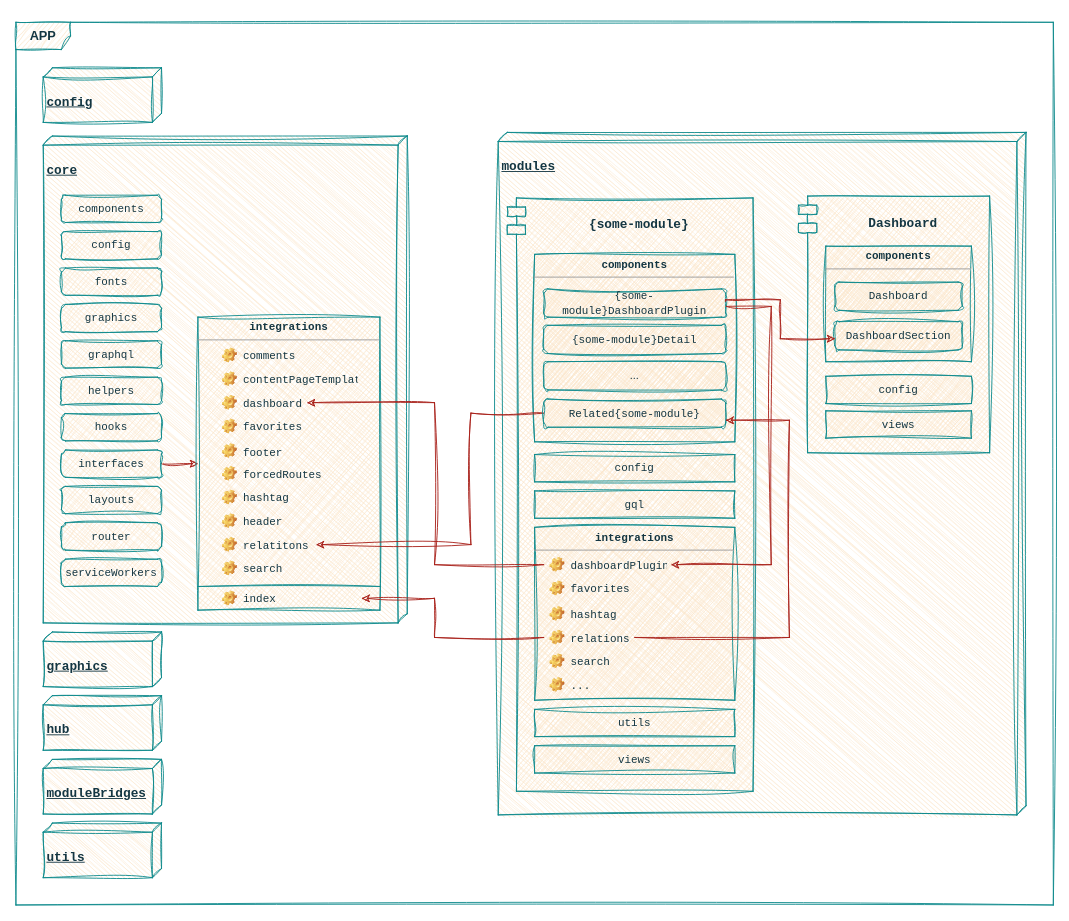
Above: 2.drawio in pkuzmich/todo (draw.io), before the change. Source tidied: cells renumbered, new cells numbered last; positions are measured from the earlier drawing's top-left corner, leaving out a move shared by most shapes. Both pictures are drawn from the tidied source at 91%, with x=0, y=0 at pixel (15, 22).
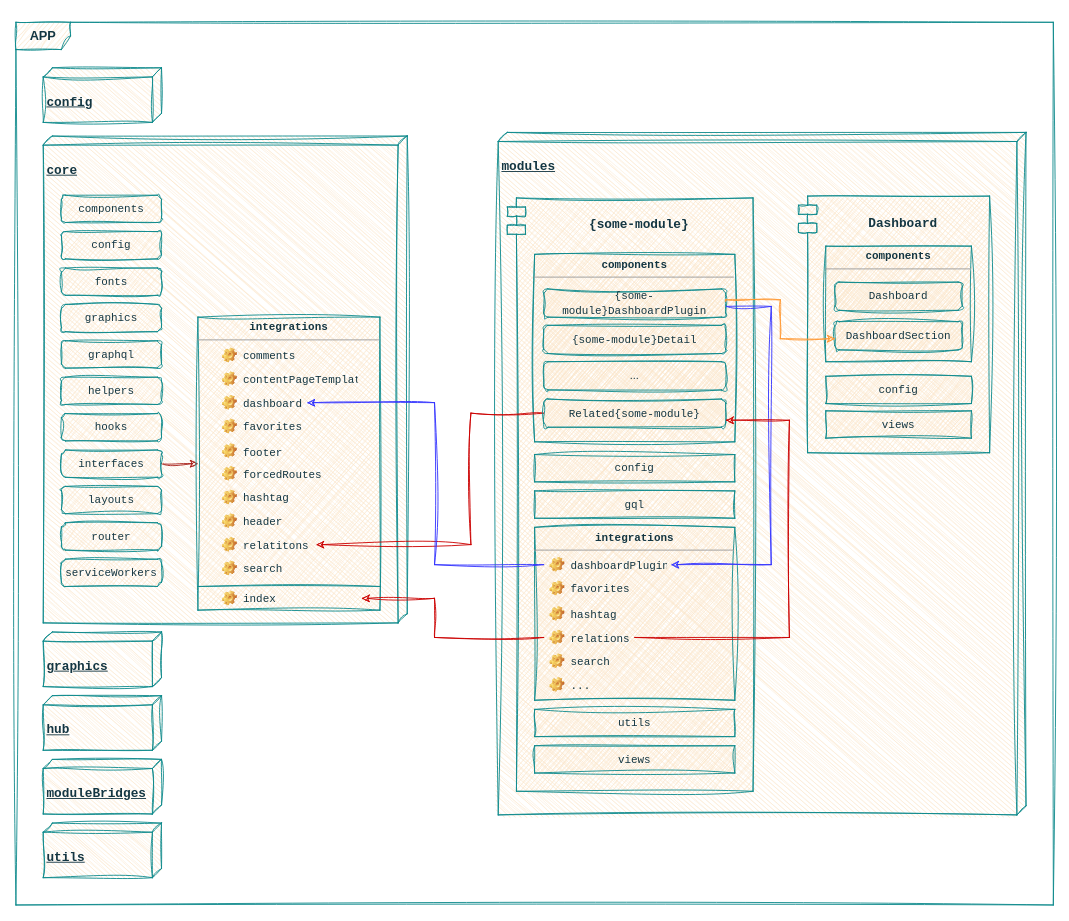
After the change.

The change refers to these unchanged cells:
```xml
<mxCell id="18" value="&lt;font face=&quot;monospace&quot;&gt;dashboard&lt;/font&gt;" style="label;fontStyle=0;strokeColor=none;fillColor=none;align=left;verticalAlign=top;overflow=hidden;spacingLeft=28;spacingRight=4;points=[[0,0.5],[1,0.5]];portConstraint=eastwest;imageWidth=16;imageHeight=16;whiteSpace=wrap;html=1;image=img/clipart/Gear_128x128.png;labelBackgroundColor=none;fontColor=#143642;sketch=1;curveFitting=1;jiggle=2;" parent="1" vertex="1">
  <mxGeometry x="220" y="405" width="100" height="26" as="geometry" />
</mxCell>
<mxCell id="24" value="&lt;font face=&quot;monospace&quot;&gt;relatitons&lt;/font&gt;" style="label;fontStyle=0;strokeColor=none;fillColor=none;align=left;verticalAlign=top;overflow=hidden;spacingLeft=28;spacingRight=4;points=[[0,0.5],[1,0.5]];portConstraint=eastwest;imageWidth=16;imageHeight=16;whiteSpace=wrap;html=1;image=img/clipart/Gear_128x128.png;labelBackgroundColor=none;fontColor=#143642;sketch=1;curveFitting=1;jiggle=2;" parent="1" vertex="1">
  <mxGeometry x="220" y="561" width="110" height="26" as="geometry" />
</mxCell>
<mxCell id="43" value="&lt;font face=&quot;monospace&quot;&gt;DashboardSection&lt;/font&gt;" style="rounded=1;whiteSpace=wrap;html=1;labelBackgroundColor=none;fillColor=#FAE5C7;strokeColor=#0F8B8D;fontColor=#143642;sketch=1;curveFitting=1;jiggle=2;" parent="1" vertex="1">
  <mxGeometry x="900" y="329" width="140" height="31" as="geometry" />
</mxCell>
<mxCell id="45" value="&lt;font face=&quot;monospace&quot;&gt;{some-module}DashboardPlugin&lt;/font&gt;" style="rounded=1;whiteSpace=wrap;html=1;labelBackgroundColor=none;fillColor=#FAE5C7;strokeColor=#0F8B8D;fontColor=#143642;sketch=1;curveFitting=1;jiggle=2;" parent="1" vertex="1">
  <mxGeometry x="580" y="293" width="200" height="31" as="geometry" />
</mxCell>
<mxCell id="49" value="&lt;font face=&quot;monospace&quot;&gt;Related{some-module}&lt;/font&gt;" style="rounded=1;whiteSpace=wrap;html=1;labelBackgroundColor=none;fillColor=#FAE5C7;strokeColor=#0F8B8D;fontColor=#143642;sketch=1;curveFitting=1;jiggle=2;" parent="1" vertex="1">
  <mxGeometry x="580" y="414" width="200" height="31" as="geometry" />
</mxCell>
<mxCell id="53" value="&lt;font face=&quot;monospace&quot;&gt;dashboardPlugins&lt;/font&gt;" style="label;fontStyle=0;strokeColor=none;fillColor=none;align=left;verticalAlign=top;overflow=hidden;spacingLeft=28;spacingRight=4;points=[[0,0.5],[1,0.5]];portConstraint=eastwest;imageWidth=16;imageHeight=16;whiteSpace=wrap;html=1;image=img/clipart/Gear_128x128.png;labelBackgroundColor=none;fontColor=#143642;sketch=1;curveFitting=1;jiggle=2;" parent="1" vertex="1">
  <mxGeometry x="580" y="583" width="140" height="26" as="geometry" />
</mxCell>
<mxCell id="58" value="&lt;font face=&quot;monospace&quot;&gt;relations&lt;/font&gt;" style="label;fontStyle=0;strokeColor=none;fillColor=none;align=left;verticalAlign=top;overflow=hidden;spacingLeft=28;spacingRight=4;points=[[0,0.5],[1,0.5]];portConstraint=eastwest;imageWidth=16;imageHeight=16;whiteSpace=wrap;html=1;image=img/clipart/Gear_128x128.png;labelBackgroundColor=none;fontColor=#143642;sketch=1;curveFitting=1;jiggle=2;" parent="1" vertex="1">
  <mxGeometry x="580" y="663" width="100" height="26" as="geometry" />
</mxCell>
<mxCell id="63" value="&lt;font face=&quot;monospace&quot;&gt;index&lt;/font&gt;" style="label;fontStyle=0;strokeColor=none;fillColor=none;align=left;verticalAlign=top;overflow=hidden;spacingLeft=28;spacingRight=4;points=[[0,0.5],[1,0.5]];portConstraint=eastwest;imageWidth=16;imageHeight=16;whiteSpace=wrap;html=1;image=img/clipart/Gear_128x128.png;labelBackgroundColor=none;fontColor=#143642;sketch=1;curveFitting=1;jiggle=2;" parent="1" vertex="1">
  <mxGeometry x="220" y="620" width="160" height="26" as="geometry" />
</mxCell>
```

What changed in the source:
```diff
@@
-    <mxCell id="48" style="edgeStyle=orthogonalEdgeStyle;rounded=0;jettySize=auto;html=1;exitX=0;exitY=0.5;exitDx=0;exitDy=0;entryX=1;entryY=0.5;entryDx=0;entryDy=0;strokeColor=#A8201A;labelBackgroundColor=none;fontColor=default;sketch=1;curveFitting=1;jiggle=2;" parent="1" edge="1" source="49" target="24">
+    <mxCell id="48" style="edgeStyle=orthogonalEdgeStyle;rounded=0;jettySize=auto;html=1;exitX=0;exitY=0.5;exitDx=0;exitDy=0;entryX=1;entryY=0.5;entryDx=0;entryDy=0;strokeColor=#CC0000;labelBackgroundColor=none;fontColor=default;sketch=1;curveFitting=1;jiggle=2;" parent="1" edge="1" source="49" target="24">
       <mxGeometry relative="1" as="geometry">
         <Array as="points">
           <mxPoint x="500" y="430" />
           <mxPoint x="500" y="574" />
         </Array>
       </mxGeometry>
     </mxCell>
@@
-    <mxCell id="51" style="edgeStyle=orthogonalEdgeStyle;rounded=0;jettySize=auto;html=1;exitX=1.003;exitY=0.618;exitDx=0;exitDy=0;entryX=1;entryY=0.5;entryDx=0;entryDy=0;strokeColor=#A8201A;exitPerimeter=0;labelBackgroundColor=none;fontColor=default;sketch=1;curveFitting=1;jiggle=2;" parent="1" edge="1" source="45" target="53">
+    <mxCell id="51" style="edgeStyle=orthogonalEdgeStyle;rounded=0;jettySize=auto;html=1;exitX=1.003;exitY=0.618;exitDx=0;exitDy=0;entryX=1;entryY=0.5;entryDx=0;entryDy=0;strokeColor=#3333FF;exitPerimeter=0;labelBackgroundColor=none;fontColor=default;sketch=1;curveFitting=1;jiggle=2;" parent="1" edge="1" source="45" target="53">
       <mxGeometry relative="1" as="geometry">
         <Array as="points">
           <mxPoint x="830" y="312" />
           <mxPoint x="830" y="596" />
         </Array>
       </mxGeometry>
     </mxCell>
-    <mxCell id="52" style="edgeStyle=orthogonalEdgeStyle;rounded=0;jettySize=auto;html=1;entryX=1;entryY=0.5;entryDx=0;entryDy=0;strokeColor=#A8201A;labelBackgroundColor=none;fontColor=default;sketch=1;curveFitting=1;jiggle=2;" parent="1" edge="1" source="53" target="18">
+    <mxCell id="52" style="edgeStyle=orthogonalEdgeStyle;rounded=0;jettySize=auto;html=1;entryX=1;entryY=0.5;entryDx=0;entryDy=0;strokeColor=#3333FF;labelBackgroundColor=none;fontColor=default;sketch=1;curveFitting=1;jiggle=2;" parent="1" edge="1" source="53" target="18">
       <mxGeometry relative="1" as="geometry">
         <Array as="points">
           <mxPoint x="460" y="596" />
           <mxPoint x="460" y="418" />
         </Array>
       </mxGeometry>
     </mxCell>
@@
-    <mxCell id="56" style="edgeStyle=orthogonalEdgeStyle;rounded=0;jettySize=auto;html=1;exitX=1;exitY=0.5;exitDx=0;exitDy=0;entryX=1;entryY=0.75;entryDx=0;entryDy=0;strokeColor=#A8201A;labelBackgroundColor=none;fontColor=default;sketch=1;curveFitting=1;jiggle=2;" parent="1" edge="1" source="58" target="49">
+    <mxCell id="56" style="edgeStyle=orthogonalEdgeStyle;rounded=0;jettySize=auto;html=1;exitX=1;exitY=0.5;exitDx=0;exitDy=0;entryX=1;entryY=0.75;entryDx=0;entryDy=0;strokeColor=#CC0000;labelBackgroundColor=none;fontColor=default;sketch=1;curveFitting=1;jiggle=2;" parent="1" edge="1" source="58" target="49">
       <mxGeometry relative="1" as="geometry">
         <Array as="points">
           <mxPoint x="850" y="676" />
           <mxPoint x="850" y="437" />
         </Array>
       </mxGeometry>
     </mxCell>
-    <mxCell id="57" style="edgeStyle=orthogonalEdgeStyle;rounded=0;jettySize=auto;html=1;exitX=0;exitY=0.5;exitDx=0;exitDy=0;strokeColor=#A8201A;labelBackgroundColor=none;fontColor=default;sketch=1;curveFitting=1;jiggle=2;" parent="1" edge="1" source="58" target="63">
+    <mxCell id="57" style="edgeStyle=orthogonalEdgeStyle;rounded=0;jettySize=auto;html=1;exitX=0;exitY=0.5;exitDx=0;exitDy=0;strokeColor=#CC0000;labelBackgroundColor=none;fontColor=default;sketch=1;curveFitting=1;jiggle=2;" parent="1" edge="1" source="58" target="63">
       <mxGeometry relative="1" as="geometry">
         <Array as="points">
           <mxPoint x="460" y="676" />
           <mxPoint x="460" y="633" />
         </Array>
       </mxGeometry>
     </mxCell>
@@
-    <mxCell id="61" style="edgeStyle=orthogonalEdgeStyle;rounded=0;jettySize=auto;html=1;exitX=0.999;exitY=0.438;exitDx=0;exitDy=0;entryX=0.001;entryY=0.602;entryDx=0;entryDy=0;strokeColor=#A8201A;exitPerimeter=0;entryPerimeter=0;labelBackgroundColor=none;fontColor=default;sketch=1;curveFitting=1;jiggle=2;" parent="1" edge="1" source="45" target="43">
+    <mxCell id="61" style="edgeStyle=orthogonalEdgeStyle;rounded=0;jettySize=auto;html=1;exitX=0.999;exitY=0.438;exitDx=0;exitDy=0;entryX=0.001;entryY=0.602;entryDx=0;entryDy=0;strokeColor=#FF9933;exitPerimeter=0;entryPerimeter=0;labelBackgroundColor=none;fontColor=default;sketch=1;curveFitting=1;jiggle=2;" parent="1" edge="1" source="45" target="43">
       <mxGeometry relative="1" as="geometry">
         <Array as="points">
           <mxPoint x="780" y="305" />
           <mxPoint x="840" y="305" />
           <mxPoint x="840" y="348" />
         </Array>
       </mxGeometry>
     </mxCell>
```
